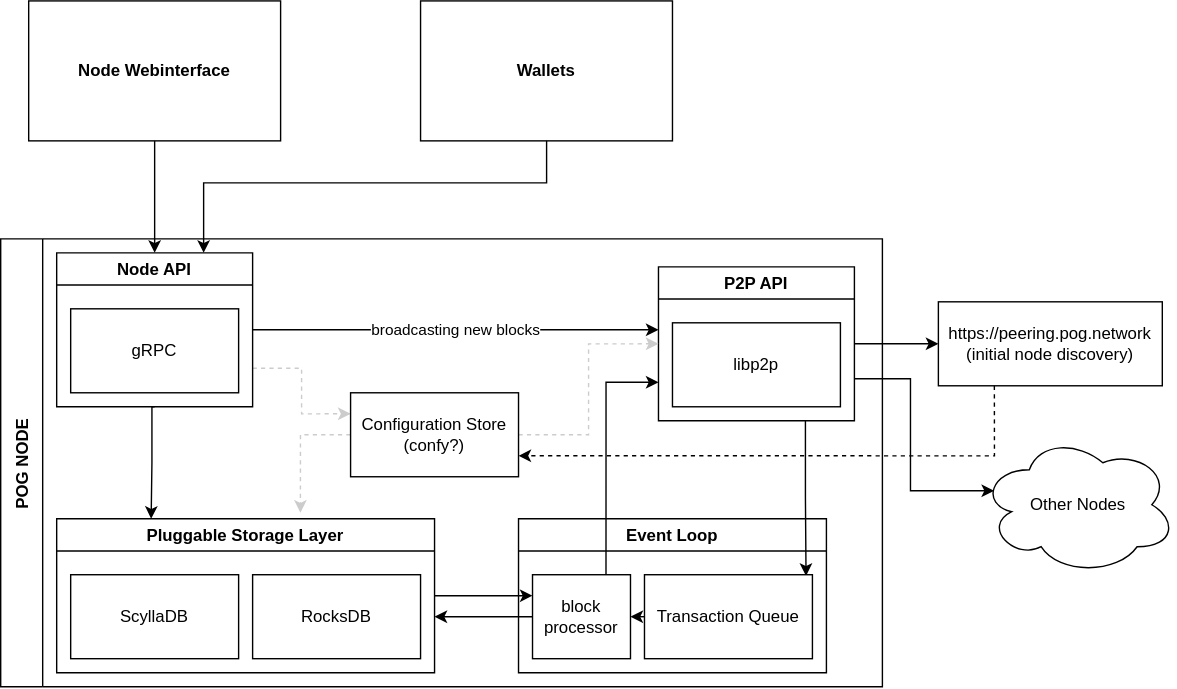
pognetwork/champ keeps this draw.io diagram as docs/techstack.drawio.svg. Above is the earlier version. Source tidied: cells renumbered, new cells last; positions are measured from the earlier drawing's top-left corner, leaving out a move shared by most shapes. The source it was exported from:
```xml
<mxGraphModel>
  <root>
    <mxCell id="0" />
    <mxCell id="1" parent="0" />
    <mxCell id="2" value="POG NODE" style="swimlane;horizontal=0;startSize=30;" parent="1" vertex="1">
      <mxGeometry y="170" width="630" height="320" as="geometry" />
    </mxCell>
    <mxCell id="3" style="edgeStyle=orthogonalEdgeStyle;rounded=0;jettySize=auto;html=1;exitX=1;exitY=0.5;exitDx=0;exitDy=0;entryX=0;entryY=0.25;entryDx=0;entryDy=0;" parent="2" edge="1" source="4" target="17">
      <mxGeometry relative="1" as="geometry" />
    </mxCell>
    <mxCell id="4" value="Pluggable Storage Layer" style="swimlane;fillColor=none;" parent="2" vertex="1">
      <mxGeometry x="40" y="200" width="270" height="110" as="geometry" />
    </mxCell>
    <mxCell id="5" value="ScyllaDB" style="rounded=0;whiteSpace=wrap;html=1;" parent="4" vertex="1">
      <mxGeometry x="10" y="40" width="120" height="60" as="geometry" />
    </mxCell>
    <mxCell id="6" value="RocksDB" style="rounded=0;whiteSpace=wrap;html=1;" parent="4" vertex="1">
      <mxGeometry x="140" y="40" width="120" height="60" as="geometry" />
    </mxCell>
    <mxCell id="7" style="edgeStyle=orthogonalEdgeStyle;rounded=0;jettySize=auto;html=1;exitX=0.5;exitY=1;exitDx=0;exitDy=0;entryX=0.25;entryY=0;entryDx=0;entryDy=0;" parent="2" edge="1" source="9" target="4">
      <mxGeometry relative="1" as="geometry">
        <Array as="points">
          <mxPoint x="108" y="120" />
          <mxPoint x="108" y="160" />
        </Array>
      </mxGeometry>
    </mxCell>
    <mxCell id="8" style="edgeStyle=orthogonalEdgeStyle;rounded=0;jettySize=auto;html=1;exitX=1;exitY=0.75;exitDx=0;exitDy=0;entryX=0;entryY=0.25;entryDx=0;entryDy=0;dashed=1;strokeColor=#CCCCCC;fillColor=#1F1F1F;" parent="2" edge="1" source="9" target="21">
      <mxGeometry relative="1" as="geometry" />
    </mxCell>
    <mxCell id="9" value="Node API" style="swimlane;fillColor=none;" parent="2" vertex="1">
      <mxGeometry x="40" y="10" width="140" height="110" as="geometry" />
    </mxCell>
    <mxCell id="10" value="gRPC" style="rounded=0;whiteSpace=wrap;html=1;" parent="9" vertex="1">
      <mxGeometry x="10" y="40" width="120" height="60" as="geometry" />
    </mxCell>
    <mxCell id="11" style="edgeStyle=orthogonalEdgeStyle;rounded=0;jettySize=auto;html=1;exitX=0.75;exitY=1;exitDx=0;exitDy=0;entryX=0.962;entryY=0.014;entryDx=0;entryDy=0;entryPerimeter=0;" parent="2" edge="1" source="12" target="16">
      <mxGeometry relative="1" as="geometry" />
    </mxCell>
    <mxCell id="12" value="P2P API" style="swimlane;fillColor=none;startSize=23;" parent="2" vertex="1">
      <mxGeometry x="470" y="20" width="140" height="110" as="geometry" />
    </mxCell>
    <mxCell id="13" value="libp2p" style="rounded=0;whiteSpace=wrap;html=1;" parent="12" vertex="1">
      <mxGeometry x="10" y="40" width="120" height="60" as="geometry" />
    </mxCell>
    <mxCell id="14" value="Event Loop" style="swimlane;fillColor=none;startSize=23;" parent="2" vertex="1">
      <mxGeometry x="370" y="200" width="220" height="110" as="geometry" />
    </mxCell>
    <mxCell id="15" style="edgeStyle=orthogonalEdgeStyle;rounded=0;jettySize=auto;html=1;exitX=0;exitY=0.5;exitDx=0;exitDy=0;entryX=1;entryY=0.5;entryDx=0;entryDy=0;" parent="14" edge="1" source="16" target="17">
      <mxGeometry relative="1" as="geometry" />
    </mxCell>
    <mxCell id="16" value="Transaction Queue" style="rounded=0;whiteSpace=wrap;html=1;" parent="14" vertex="1">
      <mxGeometry x="90" y="40" width="120" height="60" as="geometry" />
    </mxCell>
    <mxCell id="17" value="block processor" style="rounded=0;whiteSpace=wrap;html=1;" parent="14" vertex="1">
      <mxGeometry x="10" y="40" width="70" height="60" as="geometry" />
    </mxCell>
    <mxCell id="18" style="edgeStyle=orthogonalEdgeStyle;rounded=0;jettySize=auto;html=1;exitX=0.75;exitY=0;exitDx=0;exitDy=0;entryX=0;entryY=0.75;entryDx=0;entryDy=0;" parent="2" edge="1" source="17" target="12">
      <mxGeometry relative="1" as="geometry" />
    </mxCell>
    <mxCell id="19" style="edgeStyle=orthogonalEdgeStyle;rounded=0;jettySize=auto;html=1;exitX=1;exitY=0.5;exitDx=0;exitDy=0;entryX=0;entryY=0.5;entryDx=0;entryDy=0;dashed=1;strokeColor=#CCCCCC;fillColor=#1F1F1F;" parent="2" edge="1" source="21" target="12">
      <mxGeometry relative="1" as="geometry" />
    </mxCell>
    <mxCell id="20" style="edgeStyle=orthogonalEdgeStyle;rounded=0;jettySize=auto;html=1;exitX=0;exitY=0.5;exitDx=0;exitDy=0;entryX=0.645;entryY=-0.039;entryDx=0;entryDy=0;entryPerimeter=0;dashed=1;strokeColor=#CCCCCC;fillColor=#1F1F1F;" parent="2" edge="1" source="21" target="4">
      <mxGeometry relative="1" as="geometry" />
    </mxCell>
    <mxCell id="21" value="Configuration Store&lt;br&gt;(confy?)" style="rounded=0;whiteSpace=wrap;html=1;fillColor=none;" parent="2" vertex="1">
      <mxGeometry x="250" y="110" width="120" height="60" as="geometry" />
    </mxCell>
    <mxCell id="22" style="edgeStyle=orthogonalEdgeStyle;rounded=0;jettySize=auto;html=1;exitX=0.25;exitY=1;exitDx=0;exitDy=0;entryX=1;entryY=0.75;entryDx=0;entryDy=0;dashed=1;" parent="1" edge="1" source="23" target="21">
      <mxGeometry relative="1" as="geometry" />
    </mxCell>
    <mxCell id="23" value="https://peering.pog.network&lt;br&gt;(initial node discovery)" style="rounded=0;whiteSpace=wrap;html=1;fillColor=none;" parent="1" vertex="1">
      <mxGeometry x="670" y="215" width="160" height="60" as="geometry" />
    </mxCell>
    <mxCell id="24" style="edgeStyle=orthogonalEdgeStyle;rounded=0;jettySize=auto;html=1;exitX=1;exitY=0.5;exitDx=0;exitDy=0;entryX=0;entryY=0.5;entryDx=0;entryDy=0;" parent="1" edge="1" source="12" target="23">
      <mxGeometry relative="1" as="geometry" />
    </mxCell>
    <mxCell id="25" value="Other Nodes" style="ellipse;shape=cloud;whiteSpace=wrap;html=1;fillColor=none;" parent="1" vertex="1">
      <mxGeometry x="700" y="310" width="140" height="100" as="geometry" />
    </mxCell>
    <mxCell id="26" style="edgeStyle=orthogonalEdgeStyle;rounded=0;jettySize=auto;html=1;entryX=0.07;entryY=0.4;entryDx=0;entryDy=0;entryPerimeter=0;" parent="1" edge="1" source="12" target="25">
      <mxGeometry relative="1" as="geometry">
        <Array as="points">
          <mxPoint x="650" y="270" />
          <mxPoint x="650" y="350" />
        </Array>
      </mxGeometry>
    </mxCell>
    <mxCell id="27" style="edgeStyle=orthogonalEdgeStyle;rounded=0;jettySize=auto;html=1;entryX=0.5;entryY=0;entryDx=0;entryDy=0;" parent="1" edge="1" source="28" target="9">
      <mxGeometry relative="1" as="geometry" />
    </mxCell>
    <mxCell id="28" value="&lt;b&gt;Node Webinterface&lt;/b&gt;" style="rounded=0;whiteSpace=wrap;html=1;fillColor=none;" parent="1" vertex="1">
      <mxGeometry x="20" width="180" height="100" as="geometry" />
    </mxCell>
    <mxCell id="29" style="edgeStyle=orthogonalEdgeStyle;rounded=0;jettySize=auto;html=1;entryX=0.75;entryY=0;entryDx=0;entryDy=0;" parent="1" edge="1" source="30" target="9">
      <mxGeometry relative="1" as="geometry">
        <Array as="points">
          <mxPoint x="390" y="130" />
          <mxPoint x="145" y="130" />
        </Array>
      </mxGeometry>
    </mxCell>
    <mxCell id="30" value="&lt;b&gt;Wallets&lt;/b&gt;" style="rounded=0;whiteSpace=wrap;html=1;fillColor=none;" parent="1" vertex="1">
      <mxGeometry x="300" width="180" height="100" as="geometry" />
    </mxCell>
    <mxCell id="31" value="broadcasting new blocks" style="edgeStyle=orthogonalEdgeStyle;rounded=0;jettySize=auto;html=1;" parent="1" edge="1" source="9">
      <mxGeometry relative="1" as="geometry">
        <mxPoint x="470" y="235" as="targetPoint" />
      </mxGeometry>
    </mxCell>
    <mxCell id="32" style="edgeStyle=orthogonalEdgeStyle;rounded=0;jettySize=auto;html=1;exitX=0;exitY=0.5;exitDx=0;exitDy=0;" parent="1" edge="1" source="17">
      <mxGeometry relative="1" as="geometry">
        <mxPoint x="310" y="440" as="targetPoint" />
      </mxGeometry>
    </mxCell>
  </root>
</mxGraphModel>
```
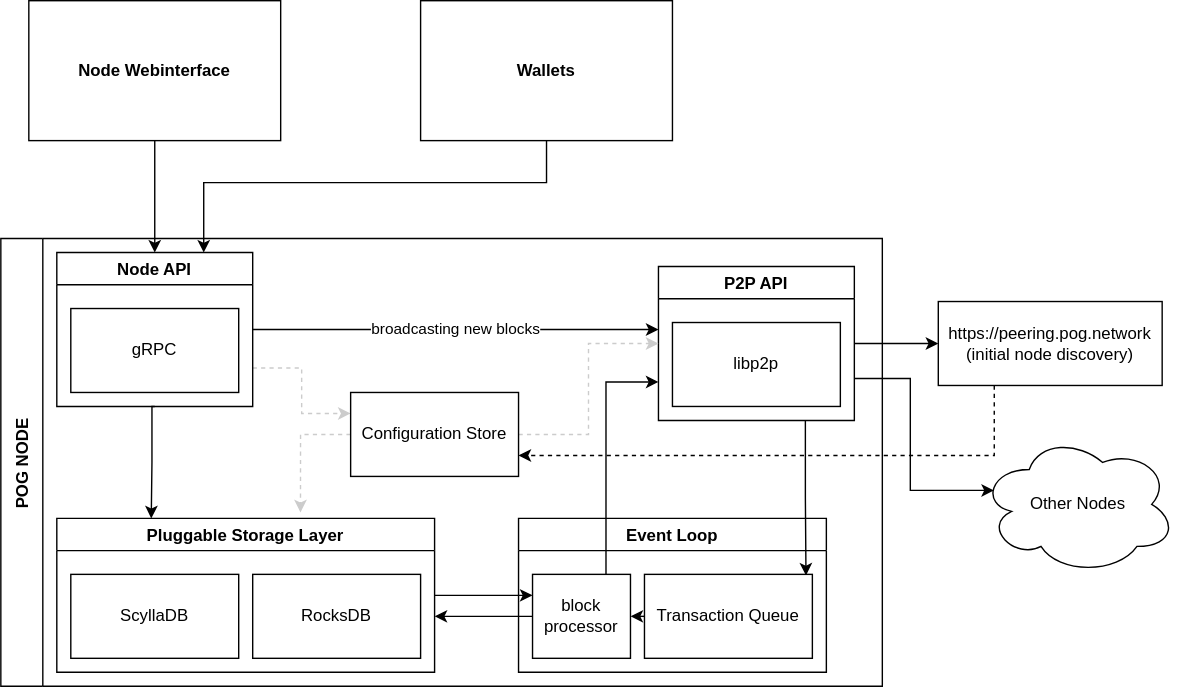
Later version of the same file.

Diff of the diagram source:
```diff
@@ -64,7 +64,7 @@
     <mxCell id="20" style="edgeStyle=orthogonalEdgeStyle;rounded=0;jettySize=auto;html=1;exitX=0;exitY=0.5;exitDx=0;exitDy=0;entryX=0.645;entryY=-0.039;entryDx=0;entryDy=0;entryPerimeter=0;dashed=1;strokeColor=#CCCCCC;fillColor=#1F1F1F;" parent="2" edge="1" source="21" target="4">
       <mxGeometry relative="1" as="geometry" />
     </mxCell>
-    <mxCell id="21" value="Configuration Store&lt;br&gt;(confy?)" style="rounded=0;whiteSpace=wrap;html=1;fillColor=none;" parent="2" vertex="1">
+    <mxCell id="21" value="Configuration Store" style="rounded=0;whiteSpace=wrap;html=1;fillColor=none;" parent="2" vertex="1">
       <mxGeometry x="250" y="110" width="120" height="60" as="geometry" />
     </mxCell>
     <mxCell id="22" style="edgeStyle=orthogonalEdgeStyle;rounded=0;jettySize=auto;html=1;exitX=0.25;exitY=1;exitDx=0;exitDy=0;entryX=1;entryY=0.75;entryDx=0;entryDy=0;dashed=1;" parent="1" edge="1" source="23" target="21">
```
